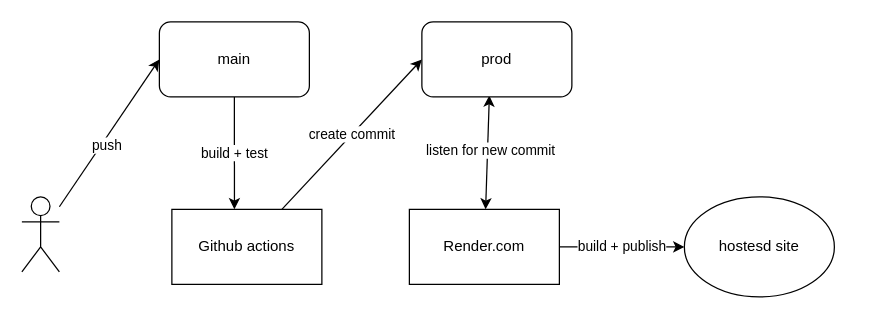
Before: workflow.dio in marcinm2h/cicd, a draw.io diagram. Source tidied: cells renumbered, new cells numbered last; positions are measured from the earlier drawing's top-left corner, leaving out a move shared by most shapes. Both pictures are drawn from the tidied source at 125%, with x=0, y=0 at pixel (21, 21).
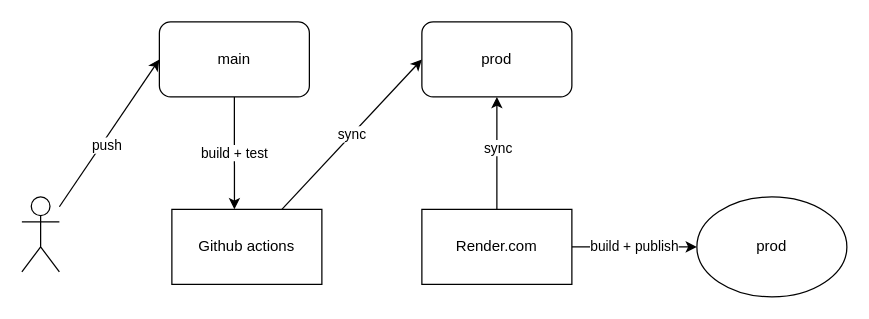
The same diagram, later.

Diff of the diagram source:
```diff
@@
 <mxGraphModel>
   <root>
     <mxCell id="0" />
     <mxCell id="1" parent="0" />
-    <mxCell id="2" value="create commit" style="edgeStyle=none;html=1;entryX=0;entryY=0.5;entryDx=0;entryDy=0;" parent="1" edge="1" source="3" target="10">
+    <mxCell id="2" value="sync" style="edgeStyle=none;html=1;entryX=0;entryY=0.5;entryDx=0;entryDy=0;" parent="1" edge="1" source="3" target="10">
       <mxGeometry relative="1" as="geometry" />
     </mxCell>
     <mxCell id="3" value="Github actions" style="rounded=0;whiteSpace=wrap;html=1;" parent="1" vertex="1">
       <mxGeometry x="120" y="150" width="120" height="60" as="geometry" />
     </mxCell>
+    <mxCell id="6" value="build + publish" style="edgeStyle=none;html=1;entryX=0;entryY=0.5;entryDx=0;entryDy=0;startArrow=none;startFill=0;" parent="1" edge="1" source="7" target="14">
+      <mxGeometry relative="1" as="geometry" />
+    </mxCell>
-    <mxCell id="4" style="edgeStyle=none;html=1;entryX=0.45;entryY=0.983;entryDx=0;entryDy=0;entryPerimeter=0;startArrow=classic;startFill=1;" parent="1" edge="1" source="7" target="10">
+    <mxCell id="4" style="edgeStyle=none;html=1;startArrow=none;startFill=0;" parent="1" edge="1" source="7" target="10">
       <mxGeometry relative="1" as="geometry" />
     </mxCell>
-    <mxCell id="5" value="listen for new commit" style="edgeLabel;html=1;align=center;verticalAlign=middle;" parent="4" vertex="1">
-      <mxGeometry x="0.06" y="-2" relative="1" as="geometry" />
-    </mxCell>
-    <mxCell id="6" value="build + publish" style="edgeStyle=none;html=1;entryX=0;entryY=0.5;entryDx=0;entryDy=0;startArrow=none;startFill=0;" parent="1" edge="1" source="7" target="14">
-      <mxGeometry relative="1" as="geometry" />
-    </mxCell>
+    <mxCell id="15" value="sync" style="edgeLabel;html=1;align=center;verticalAlign=middle;" parent="4" vertex="1">
+      <mxGeometry x="0.11" y="3" relative="1" as="geometry">
+        <mxPoint x="3" as="offset" />
+      </mxGeometry>
+    </mxCell>
     <mxCell id="7" value="Render.com" style="rounded=0;whiteSpace=wrap;html=1;" parent="1" vertex="1">
-      <mxGeometry x="310" y="150" width="120" height="60" as="geometry" />
+      <mxGeometry x="320" y="150" width="120" height="60" as="geometry" />
     </mxCell>
     <mxCell id="8" value="build + test" style="edgeStyle=none;html=1;entryX=0.417;entryY=0;entryDx=0;entryDy=0;entryPerimeter=0;" parent="1" edge="1" source="9" target="3">
       <mxGeometry relative="1" as="geometry" />
     </mxCell>
     <mxCell id="9" value="main" style="rounded=1;whiteSpace=wrap;html=1;" parent="1" vertex="1">
       <mxGeometry x="110" width="120" height="60" as="geometry" />
     </mxCell>
     <mxCell id="10" value="prod" style="rounded=1;whiteSpace=wrap;html=1;" parent="1" vertex="1">
       <mxGeometry x="320" width="120" height="60" as="geometry" />
     </mxCell>
     <mxCell id="11" style="edgeStyle=none;html=1;entryX=0;entryY=0.5;entryDx=0;entryDy=0;" parent="1" edge="1" source="13" target="9">
       <mxGeometry relative="1" as="geometry" />
     </mxCell>
     <mxCell id="12" value="push" style="edgeLabel;html=1;align=center;verticalAlign=middle;" parent="11" vertex="1">
       <mxGeometry x="-0.13" y="-3" relative="1" as="geometry" />
     </mxCell>
     <mxCell id="13" style="shape=umlActor;verticalLabelPosition=bottom;verticalAlign=top;html=1;outlineConnect=0;" parent="1" vertex="1">
       <mxGeometry y="140" width="30" height="60" as="geometry" />
     </mxCell>
-    <mxCell id="14" value="hostesd site" style="ellipse;whiteSpace=wrap;html=1;" parent="1" vertex="1">
-      <mxGeometry x="530" y="140" width="120" height="80" as="geometry" />
+    <mxCell id="14" value="prod" style="ellipse;whiteSpace=wrap;html=1;" parent="1" vertex="1">
+      <mxGeometry x="540" y="140" width="120" height="80" as="geometry" />
     </mxCell>
   </root>
 </mxGraphModel>
```
